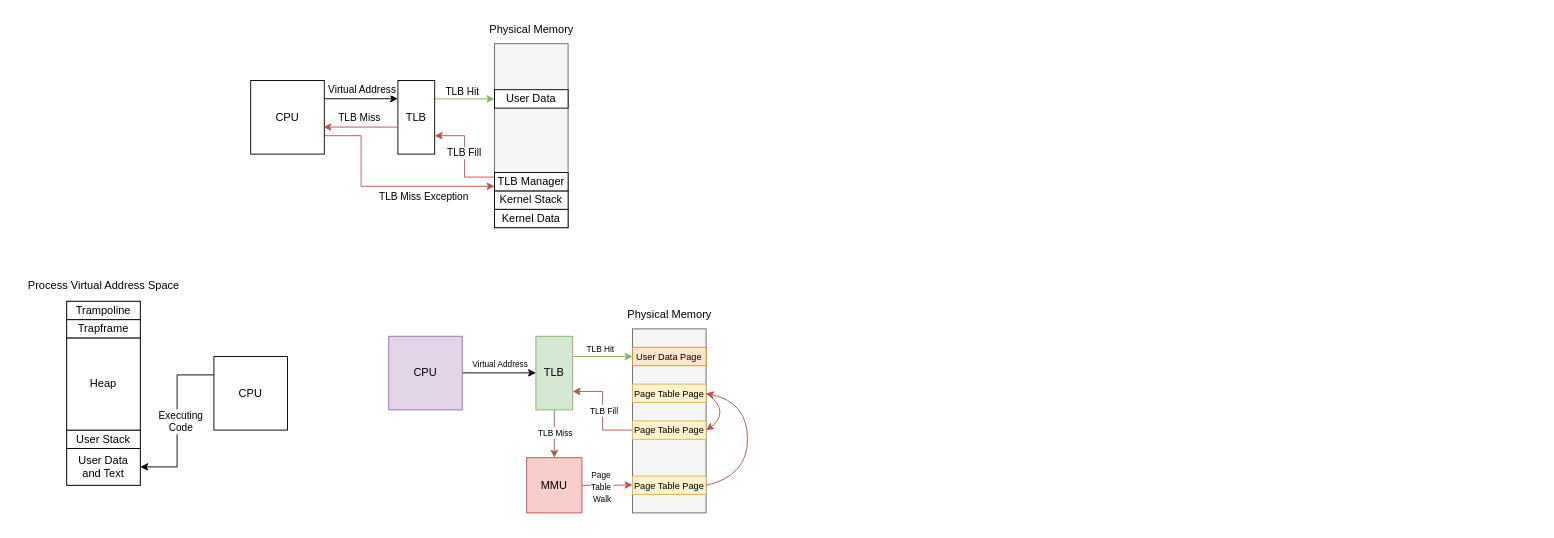
Above: figures/implementation/Ideas.drawio in Meidimax99/bachelors_thesis (draw.io), before the change. Source tidied: cells renumbered, new cells numbered last; positions are measured from the earlier drawing's top-left corner, leaving out a move shared by most shapes. Both pictures are drawn from the tidied source at 92%, with x=0, y=0 at pixel (16, 16).
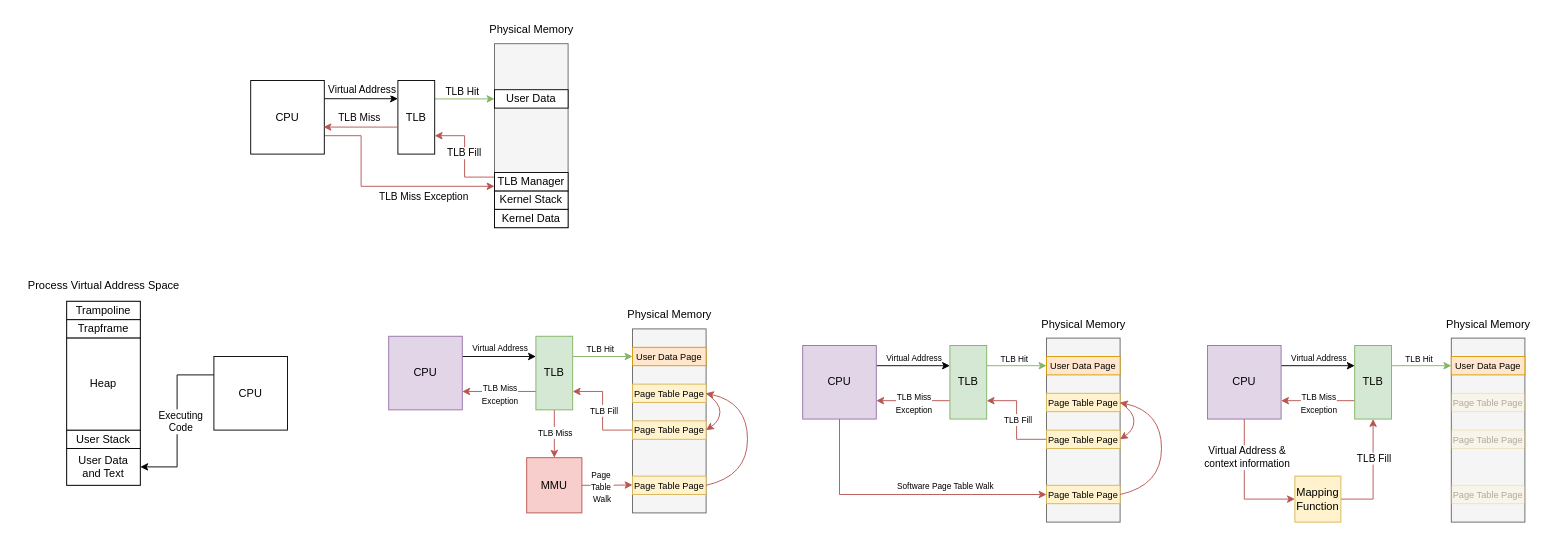
The same page after the edit.

The change refers to these unchanged cells:
```xml
<mxCell id="32" value="CPU" style="rounded=0;whiteSpace=wrap;html=1;fillColor=#e1d5e7;strokeColor=#9673a6;" parent="1" vertex="1">
  <mxGeometry x="405" y="348" width="80" height="80" as="geometry" />
</mxCell>
<mxCell id="37" value="TLB" style="rounded=0;whiteSpace=wrap;html=1;fillColor=#d5e8d4;strokeColor=#82b366;" parent="1" vertex="1">
  <mxGeometry x="565" y="348" width="40" height="80" as="geometry" />
</mxCell>
```

What changed in the source:
```diff
@@
     <mxCell id="30" style="edgeStyle=orthogonalEdgeStyle;rounded=0;orthogonalLoop=1;jettySize=auto;html=1;exitX=1;exitY=0.5;exitDx=0;exitDy=0;entryX=0;entryY=0.5;entryDx=0;entryDy=0;" parent="1" edge="1">
       <mxGeometry relative="1" as="geometry">
-        <mxPoint x="485" y="387.8" as="sourcePoint" />
-        <mxPoint x="565" y="387.8" as="targetPoint" />
+        <mxPoint x="485" y="370" as="sourcePoint" />
+        <mxPoint x="565" y="370" as="targetPoint" />
       </mxGeometry>
     </mxCell>
@@
+    <mxCell id="51" style="edgeStyle=orthogonalEdgeStyle;rounded=0;jettySize=auto;html=1;exitX=0;exitY=0.75;exitDx=0;exitDy=0;entryX=1;entryY=0.75;entryDx=0;entryDy=0;fillColor=#f8cecc;strokeColor=#b85450;" parent="1" edge="1" source="37" target="32">
+      <mxGeometry relative="1" as="geometry" />
+    </mxCell>
@@
+    <mxCell id="52" value="&lt;font style=&quot;font-size: 9px;&quot;&gt;TLB Miss&lt;/font&gt;&lt;div&gt;&lt;font style=&quot;font-size: 9px;&quot;&gt;Exception&lt;/font&gt;&lt;/div&gt;" style="edgeLabel;html=1;align=center;verticalAlign=middle;" parent="1" vertex="1">
+      <mxGeometry x="525" y="410" as="geometry" />
+    </mxCell>
+    <mxCell id="53" style="edgeStyle=orthogonalEdgeStyle;rounded=0;orthogonalLoop=1;jettySize=auto;html=1;exitX=1;exitY=0.5;exitDx=0;exitDy=0;entryX=0;entryY=0.5;entryDx=0;entryDy=0;" parent="1" edge="1">
+      <mxGeometry relative="1" as="geometry">
+        <mxPoint x="935" y="380" as="sourcePoint" />
+        <mxPoint x="1015" y="380" as="targetPoint" />
+      </mxGeometry>
+    </mxCell>
+    <mxCell id="54" value="&lt;font style=&quot;font-size: 9px;&quot;&gt;Virtual Address&lt;/font&gt;" style="edgeLabel;html=1;align=center;verticalAlign=middle;" parent="53" vertex="1">
+      <mxGeometry x="-0.22" y="-1" relative="1" as="geometry">
+        <mxPoint x="9" y="-11" as="offset" />
+      </mxGeometry>
+    </mxCell>
+    <mxCell id="55" style="edgeStyle=orthogonalEdgeStyle;rounded=0;jettySize=auto;html=1;exitX=0.5;exitY=1;exitDx=0;exitDy=0;entryX=0;entryY=0.5;entryDx=0;entryDy=0;fillColor=#f8cecc;strokeColor=#b85450;" parent="1" edge="1" source="56" target="64">
+      <mxGeometry relative="1" as="geometry" />
+    </mxCell>
+    <mxCell id="56" value="CPU" style="rounded=0;whiteSpace=wrap;html=1;fillColor=#e1d5e7;strokeColor=#9673a6;" parent="1" vertex="1">
+      <mxGeometry x="855" y="358" width="80" height="80" as="geometry" />
+    </mxCell>
+    <mxCell id="57" style="edgeStyle=orthogonalEdgeStyle;rounded=0;orthogonalLoop=1;jettySize=auto;html=1;exitX=1;exitY=0.25;exitDx=0;exitDy=0;entryX=0;entryY=0.5;entryDx=0;entryDy=0;fillColor=#d5e8d4;strokeColor=#82b366;" parent="1" edge="1">
+      <mxGeometry relative="1" as="geometry">
+        <mxPoint x="1055" y="380" as="sourcePoint" />
+        <mxPoint x="1120" y="380" as="targetPoint" />
+      </mxGeometry>
+    </mxCell>
+    <mxCell id="58" value="&lt;font style=&quot;font-size: 9px;&quot;&gt;TLB Hit&lt;/font&gt;" style="edgeLabel;html=1;align=center;verticalAlign=middle;" parent="57" vertex="1">
+      <mxGeometry x="-0.25" y="-1" relative="1" as="geometry">
+        <mxPoint x="5" y="-10" as="offset" />
+      </mxGeometry>
+    </mxCell>
+    <mxCell id="59" style="edgeStyle=orthogonalEdgeStyle;rounded=0;jettySize=auto;html=1;exitX=0;exitY=0.75;exitDx=0;exitDy=0;entryX=1;entryY=0.75;entryDx=0;entryDy=0;fillColor=#f8cecc;strokeColor=#b85450;" parent="1" edge="1" source="60" target="56">
+      <mxGeometry relative="1" as="geometry" />
+    </mxCell>
+    <mxCell id="60" value="TLB" style="rounded=0;whiteSpace=wrap;html=1;fillColor=#d5e8d4;strokeColor=#82b366;" parent="1" vertex="1">
+      <mxGeometry x="1015" y="358" width="40" height="80" as="geometry" />
+    </mxCell>
+    <mxCell id="61" style="rounded=0;whiteSpace=wrap;html=1;fillColor=#f5f5f5;fontColor=#333333;strokeColor=#666666;" parent="1" vertex="1">
+      <mxGeometry x="1120" y="350" width="80" height="200" as="geometry" />
+    </mxCell>
+    <mxCell id="62" value="&lt;font style=&quot;font-size: 10px;&quot;&gt;User Data Page&lt;/font&gt;" style="rounded=0;whiteSpace=wrap;html=1;fillColor=#ffe6cc;strokeColor=#d79b00;" parent="1" vertex="1">
+      <mxGeometry x="1120" y="370" width="80" height="20" as="geometry" />
+    </mxCell>
+    <mxCell id="63" value="Physical Memory" style="text;html=1;align=center;verticalAlign=middle;strokeColor=none;fillColor=none;" parent="1" vertex="1">
+      <mxGeometry x="1105" y="320" width="110" height="30" as="geometry" />
+    </mxCell>
+    <mxCell id="64" value="&lt;font style=&quot;font-size: 10px;&quot;&gt;Page Table Page&lt;/font&gt;" style="rounded=0;whiteSpace=wrap;html=1;fillColor=#fff2cc;strokeColor=#d6b656;" parent="1" vertex="1">
+      <mxGeometry x="1120" y="510" width="80" height="20" as="geometry" />
+    </mxCell>
+    <mxCell id="65" style="edgeStyle=orthogonalEdgeStyle;rounded=0;jettySize=auto;html=1;exitX=0;exitY=0.5;exitDx=0;exitDy=0;entryX=1;entryY=0.75;entryDx=0;entryDy=0;fillColor=#f8cecc;strokeColor=#b85450;" parent="1" edge="1" source="67" target="60">
+      <mxGeometry relative="1" as="geometry" />
+    </mxCell>
+    <mxCell id="66" value="&lt;font style=&quot;font-size: 9px;&quot;&gt;TLB Fill&lt;/font&gt;" style="edgeLabel;html=1;align=center;verticalAlign=middle;" parent="65" vertex="1">
+      <mxGeometry x="0.17" y="-1" relative="1" as="geometry">
+        <mxPoint y="9" as="offset" />
+      </mxGeometry>
+    </mxCell>
+    <mxCell id="67" value="&lt;font style=&quot;font-size: 10px;&quot;&gt;Page Table Page&lt;/font&gt;" style="rounded=0;whiteSpace=wrap;html=1;fillColor=#fff2cc;strokeColor=#d6b656;" parent="1" vertex="1">
+      <mxGeometry x="1120" y="450" width="80" height="20" as="geometry" />
+    </mxCell>
+    <mxCell id="68" value="&lt;font style=&quot;font-size: 10px;&quot;&gt;Page Table Page&lt;/font&gt;" style="rounded=0;whiteSpace=wrap;html=1;fillColor=#fff2cc;strokeColor=#d6b656;" parent="1" vertex="1">
+      <mxGeometry x="1120" y="410" width="80" height="20" as="geometry" />
+    </mxCell>
+    <mxCell id="69" style="curved=1;endArrow=classic;html=1;rounded=0;exitX=1;exitY=0.5;exitDx=0;exitDy=0;entryX=1;entryY=0.5;entryDx=0;entryDy=0;fillColor=#f8cecc;strokeColor=#b85450;" parent="1" edge="1" source="64" target="68">
+      <mxGeometry relative="1" as="geometry">
+        <Array as="points">
+          <mxPoint x="1245" y="510" />
+          <mxPoint x="1245" y="430" />
+        </Array>
+      </mxGeometry>
+    </mxCell>
+    <mxCell id="70" style="curved=1;endArrow=classic;html=1;rounded=0;exitX=1;exitY=0.5;exitDx=0;exitDy=0;entryX=1;entryY=0.5;entryDx=0;entryDy=0;fillColor=#f8cecc;strokeColor=#b85450;" parent="1" edge="1" source="68" target="67">
+      <mxGeometry relative="1" as="geometry">
+        <Array as="points">
+          <mxPoint x="1215" y="430" />
+          <mxPoint x="1215" y="450" />
+        </Array>
+      </mxGeometry>
+    </mxCell>
+    <mxCell id="71" value="&lt;font style=&quot;font-size: 9px;&quot;&gt;TLB Miss&lt;/font&gt;&lt;div&gt;&lt;font style=&quot;font-size: 9px;&quot;&gt;Exception&lt;/font&gt;&lt;/div&gt;" style="edgeLabel;html=1;align=center;verticalAlign=middle;" parent="1" vertex="1">
+      <mxGeometry x="975" y="420" as="geometry" />
+    </mxCell>
+    <mxCell id="72" value="&lt;font style=&quot;font-size: 9px;&quot;&gt;Software Page Table Walk&lt;/font&gt;" style="text;html=1;align=center;verticalAlign=middle;strokeColor=none;fillColor=none;" parent="1" vertex="1">
+      <mxGeometry x="945" y="495" width="130" height="30" as="geometry" />
+    </mxCell>
+    <mxCell id="73" style="edgeStyle=orthogonalEdgeStyle;rounded=0;orthogonalLoop=1;jettySize=auto;html=1;exitX=1;exitY=0.5;exitDx=0;exitDy=0;entryX=0;entryY=0.5;entryDx=0;entryDy=0;" parent="1" edge="1">
+      <mxGeometry relative="1" as="geometry">
+        <mxPoint x="1375" y="380" as="sourcePoint" />
+        <mxPoint x="1455" y="380" as="targetPoint" />
+      </mxGeometry>
+    </mxCell>
+    <mxCell id="74" value="&lt;font style=&quot;font-size: 9px;&quot;&gt;Virtual Address&lt;/font&gt;" style="edgeLabel;html=1;align=center;verticalAlign=middle;" parent="73" vertex="1">
+      <mxGeometry x="-0.22" y="-1" relative="1" as="geometry">
+        <mxPoint x="9" y="-11" as="offset" />
+      </mxGeometry>
+    </mxCell>
+    <mxCell id="75" style="edgeStyle=orthogonalEdgeStyle;rounded=0;jettySize=auto;html=1;exitX=0.5;exitY=1;exitDx=0;exitDy=0;entryX=0;entryY=0.5;entryDx=0;entryDy=0;fillColor=#f8cecc;strokeColor=#b85450;" parent="1" edge="1" source="77" target="91">
+      <mxGeometry relative="1" as="geometry" />
+    </mxCell>
+    <mxCell id="76" value="Virtual Address &amp;amp;&lt;div&gt;context information&lt;/div&gt;" style="edgeLabel;html=1;align=center;verticalAlign=middle;" parent="75" vertex="1">
+      <mxGeometry x="-0.29" relative="1" as="geometry">
+        <mxPoint x="2" y="-9" as="offset" />
+      </mxGeometry>
+    </mxCell>
+    <mxCell id="77" value="CPU" style="rounded=0;whiteSpace=wrap;html=1;fillColor=#e1d5e7;strokeColor=#9673a6;" parent="1" vertex="1">
+      <mxGeometry x="1295" y="358" width="80" height="80" as="geometry" />
+    </mxCell>
+    <mxCell id="78" style="edgeStyle=orthogonalEdgeStyle;rounded=0;orthogonalLoop=1;jettySize=auto;html=1;exitX=1;exitY=0.25;exitDx=0;exitDy=0;entryX=0;entryY=0.5;entryDx=0;entryDy=0;fillColor=#d5e8d4;strokeColor=#82b366;" parent="1" edge="1">
+      <mxGeometry relative="1" as="geometry">
+        <mxPoint x="1495" y="380" as="sourcePoint" />
+        <mxPoint x="1560" y="380" as="targetPoint" />
+      </mxGeometry>
+    </mxCell>
+    <mxCell id="79" value="&lt;font style=&quot;font-size: 9px;&quot;&gt;TLB Hit&lt;/font&gt;" style="edgeLabel;html=1;align=center;verticalAlign=middle;" parent="78" vertex="1">
+      <mxGeometry x="-0.25" y="-1" relative="1" as="geometry">
+        <mxPoint x="5" y="-10" as="offset" />
+      </mxGeometry>
+    </mxCell>
+    <mxCell id="80" style="edgeStyle=orthogonalEdgeStyle;rounded=0;jettySize=auto;html=1;exitX=0;exitY=0.75;exitDx=0;exitDy=0;entryX=1;entryY=0.75;entryDx=0;entryDy=0;fillColor=#f8cecc;strokeColor=#b85450;" parent="1" edge="1" source="81" target="77">
+      <mxGeometry relative="1" as="geometry" />
+    </mxCell>
+    <mxCell id="81" value="TLB" style="rounded=0;whiteSpace=wrap;html=1;fillColor=#d5e8d4;strokeColor=#82b366;" parent="1" vertex="1">
+      <mxGeometry x="1455" y="358" width="40" height="80" as="geometry" />
+    </mxCell>
+    <mxCell id="82" style="rounded=0;whiteSpace=wrap;html=1;fillColor=#f5f5f5;fontColor=#333333;strokeColor=#666666;" parent="1" vertex="1">
+      <mxGeometry x="1560" y="350" width="80" height="200" as="geometry" />
+    </mxCell>
+    <mxCell id="83" value="&lt;font style=&quot;font-size: 10px;&quot;&gt;User Data Page&lt;/font&gt;" style="rounded=0;whiteSpace=wrap;html=1;fillColor=#ffe6cc;strokeColor=#d79b00;" parent="1" vertex="1">
+      <mxGeometry x="1560" y="370" width="80" height="20" as="geometry" />
+    </mxCell>
+    <mxCell id="84" value="Physical Memory" style="text;html=1;align=center;verticalAlign=middle;strokeColor=none;fillColor=none;" parent="1" vertex="1">
+      <mxGeometry x="1545" y="320" width="110" height="30" as="geometry" />
+    </mxCell>
+    <mxCell id="85" value="&lt;font style=&quot;font-size: 10px;&quot;&gt;Page Table Page&lt;/font&gt;" style="rounded=0;whiteSpace=wrap;html=1;fillColor=#fff2cc;strokeColor=#d6b656;opacity=30;textOpacity=30;" parent="1" vertex="1">
+      <mxGeometry x="1560" y="510" width="80" height="20" as="geometry" />
+    </mxCell>
+    <mxCell id="86" value="&lt;font style=&quot;font-size: 10px;&quot;&gt;Page Table Page&lt;/font&gt;" style="rounded=0;whiteSpace=wrap;html=1;fillColor=#fff2cc;strokeColor=#d6b656;textOpacity=30;opacity=30;" parent="1" vertex="1">
+      <mxGeometry x="1560" y="450" width="80" height="20" as="geometry" />
+    </mxCell>
+    <mxCell id="87" value="&lt;font style=&quot;font-size: 10px;&quot;&gt;Page Table Page&lt;/font&gt;" style="rounded=0;whiteSpace=wrap;html=1;fillColor=#fff2cc;strokeColor=#d6b656;opacity=30;textOpacity=30;" parent="1" vertex="1">
+      <mxGeometry x="1560" y="410" width="80" height="20" as="geometry" />
+    </mxCell>
+    <mxCell id="88" value="&lt;font style=&quot;font-size: 9px;&quot;&gt;TLB Miss&lt;/font&gt;&lt;div&gt;&lt;font style=&quot;font-size: 9px;&quot;&gt;Exception&lt;/font&gt;&lt;/div&gt;" style="edgeLabel;html=1;align=center;verticalAlign=middle;" parent="1" vertex="1">
+      <mxGeometry x="1415" y="420" as="geometry" />
+    </mxCell>
+    <mxCell id="89" style="edgeStyle=orthogonalEdgeStyle;rounded=0;jettySize=auto;html=1;exitX=1;exitY=0.5;exitDx=0;exitDy=0;entryX=0.5;entryY=1;entryDx=0;entryDy=0;fillColor=#f8cecc;strokeColor=#b85450;" parent="1" edge="1" source="91" target="81">
+      <mxGeometry relative="1" as="geometry" />
+    </mxCell>
+    <mxCell id="90" value="TLB Fill" style="edgeLabel;html=1;align=center;verticalAlign=middle;" parent="89" vertex="1">
+      <mxGeometry x="0.15" y="-1" relative="1" as="geometry">
+        <mxPoint x="-1" y="-10" as="offset" />
+      </mxGeometry>
+    </mxCell>
+    <mxCell id="91" value="Mapping&lt;div&gt;Function&lt;/div&gt;" style="whiteSpace=wrap;html=1;fillColor=#fff2cc;strokeColor=#d6b656;" parent="1" vertex="1">
+      <mxGeometry x="1390" y="500" width="50" height="50" as="geometry" />
+    </mxCell>
```
